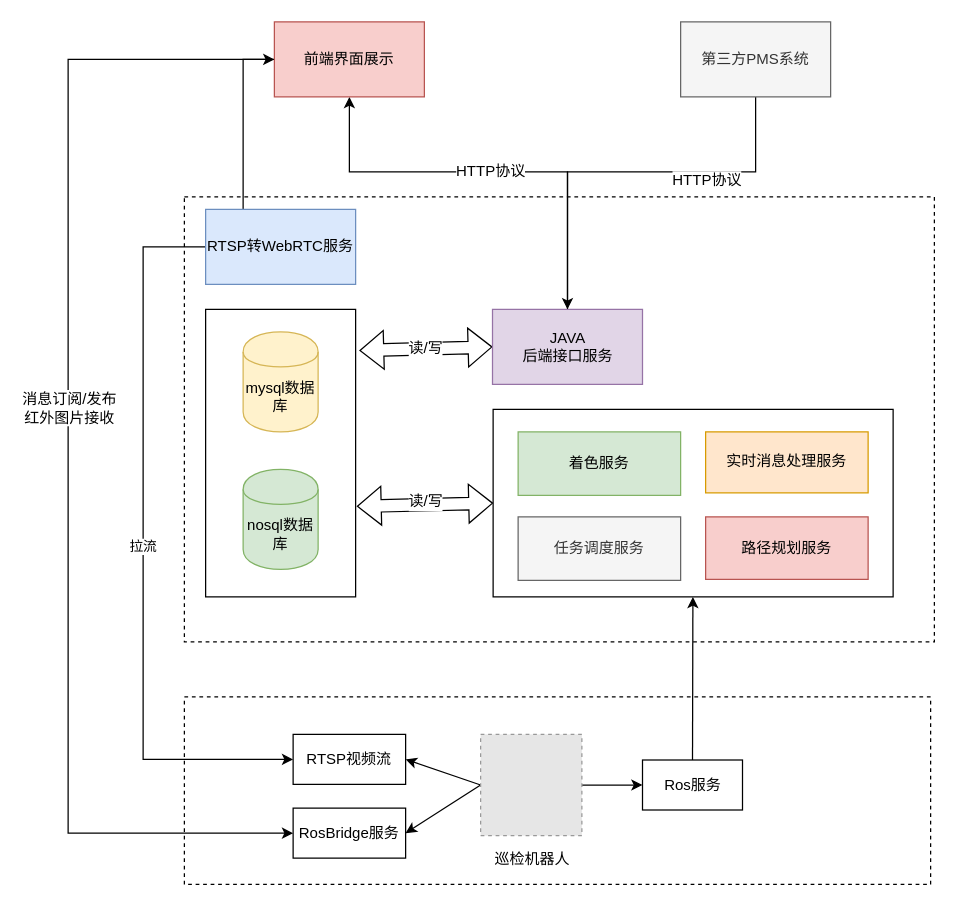
This is ydrobot-framework.drawio from wangyufei0807/draw, a draw.io file, before an edit. Source tidied: cells renumbered, new cells numbered last; positions are measured from the earlier drawing's top-left corner, leaving out a move shared by most shapes. Both pictures are drawn from the tidied source at 125%, with x=0, y=0 at pixel (68, 21). Pictures stored in the file or linked from it are replaced by grey dashed boxes.
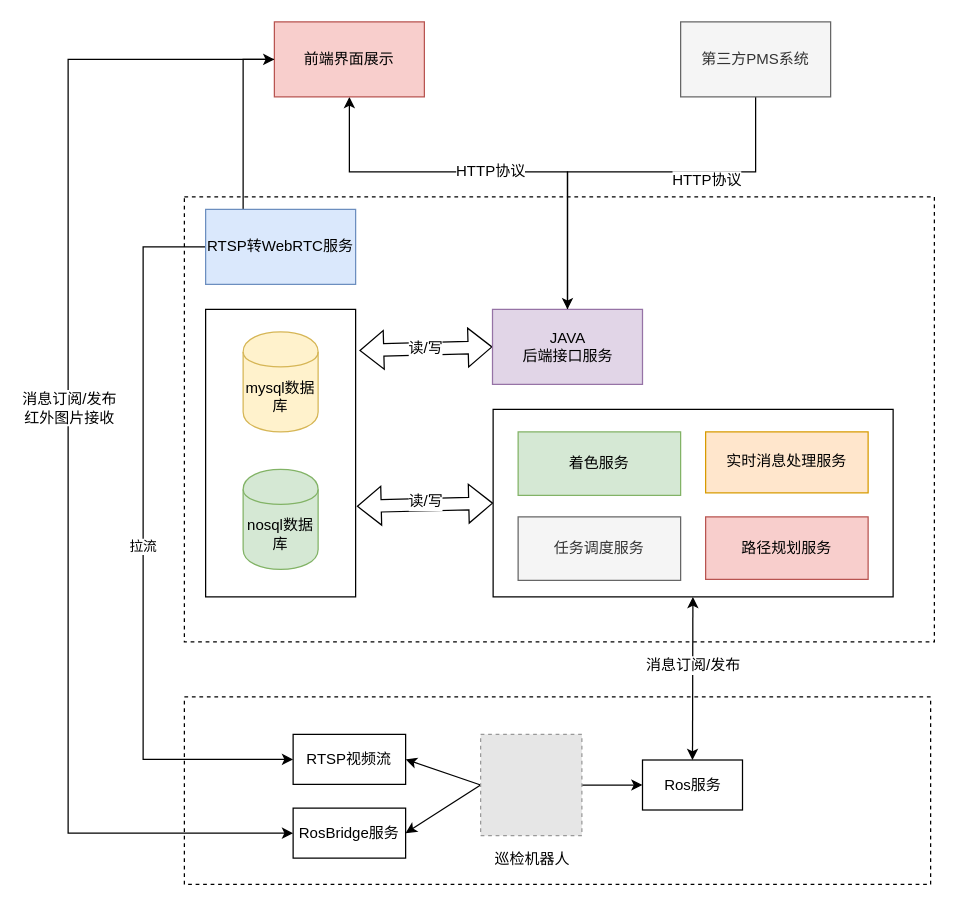
The same diagram, later.

Unchanged cells that the change refers to:
```xml
<mxCell id="16" value="Ros服务" style="rounded=0;whiteSpace=wrap;html=1;" parent="1" vertex="1">
  <mxGeometry x="459.5" y="590.5" width="80" height="40" as="geometry" />
</mxCell>
<mxCell id="20" style="rounded=0;whiteSpace=wrap;html=1;" parent="1" vertex="1">
  <mxGeometry x="340" y="310" width="320" height="150" as="geometry" />
</mxCell>
```

Diff of the diagram source:
```diff
@@
-    <mxCell id="15" style="edgeStyle=none;rounded=0;jettySize=auto;html=1;exitX=0.5;exitY=0;exitDx=0;exitDy=0;" parent="1" edge="1" source="16" target="20">
+    <mxCell id="15" style="edgeStyle=none;rounded=0;jettySize=auto;html=1;exitX=0.5;exitY=0;exitDx=0;exitDy=0;startArrow=classic;startFill=1;" parent="1" edge="1" source="16" target="20">
       <mxGeometry relative="1" as="geometry" />
     </mxCell>
+    <mxCell id="35" value="消息订阅/发布" style="text;html=1;align=center;verticalAlign=middle;labelBackgroundColor=#ffffff;" parent="15" vertex="1">
+      <mxGeometry x="0.16" relative="1" as="geometry" />
+    </mxCell>
```
